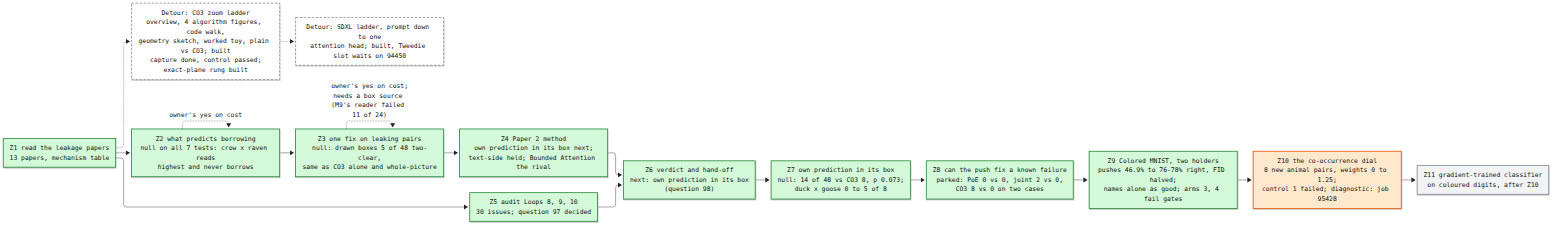
This is artifacts/notes/progress/leakage/loop-12-progress.png from mo-rsa24/concept-composition, a Mermaid export, as it was before one commit. Its source is kept beside it as artifacts/notes/progress/leakage/loop-12-progress.mmd.
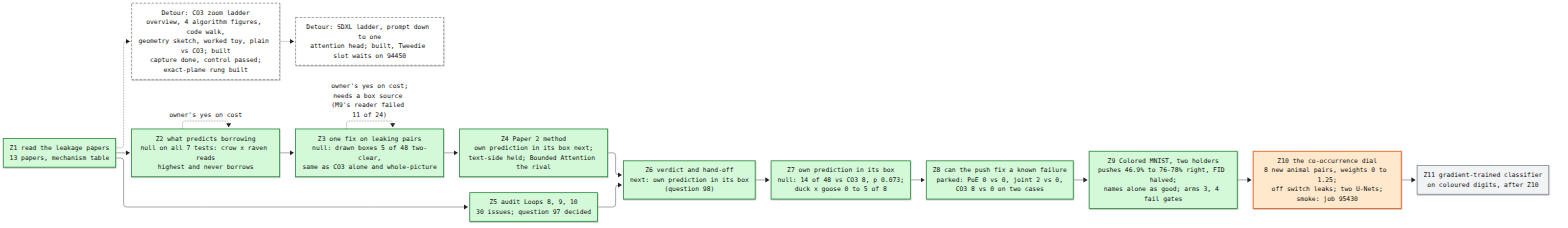
After the commit.

Commit message:
Loop 12 map: Z10 smoke rerun

What changed in the source:
```diff
@@ -20,7 +20,7 @@
   Z7 --> Z8
   Z9["Z9 Colored MNIST, two holders<br/>pushes 46.9% to 76-78% right, FID halved;<br/>names alone as good; arms 3, 4 fail gates"]:::done
   Z8 --> Z9
-  Z10["Z10 the co-occurrence dial<br/>8 new animal pairs, weights 0 to 1.25;<br/>control 1 failed; diagnostic: job 95428"]:::doing
+  Z10["Z10 the co-occurrence dial<br/>8 new animal pairs, weights 0 to 1.25;<br/>off switch leaks; two U-Nets;<br/>smoke: job 95430"]:::doing
   Z9 --> Z10
   Z11["Z11 gradient-trained classifier<br/>on coloured digits, after Z10"]:::todo
   Z10 --> Z11
```
